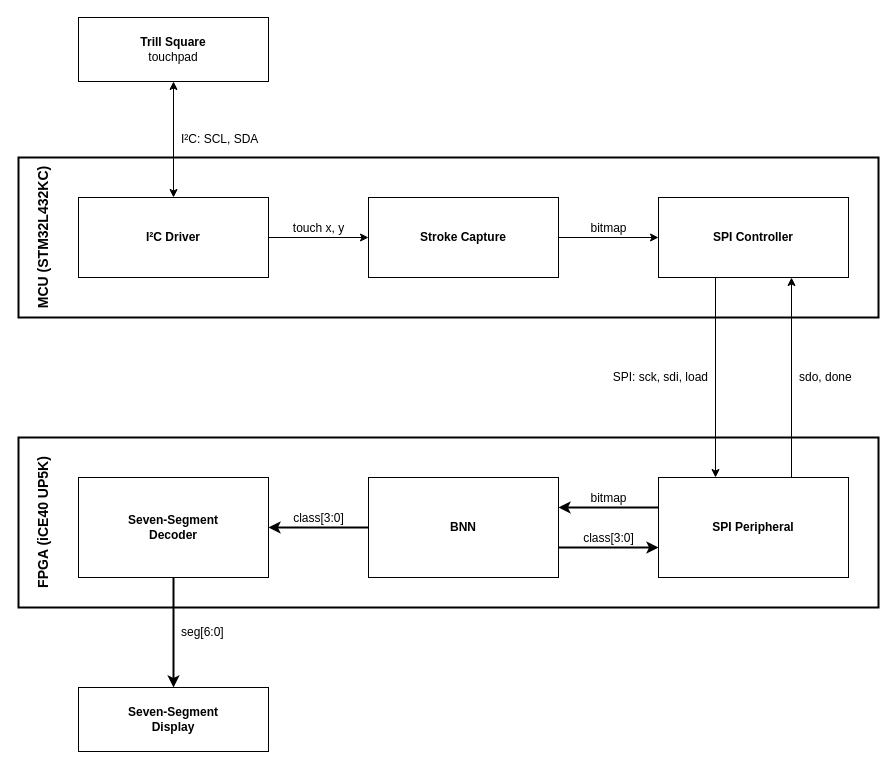
This is website/images/system_block.drawio from E155-Final-Project/final-project, a draw.io file, before an edit. Source tidied: cells renumbered, new cells numbered last; positions are measured from the earlier drawing's top-left corner, leaving out a move shared by most shapes. Both pictures are drawn from the tidied source at 100%, with x=0, y=0 at pixel (18, 17).
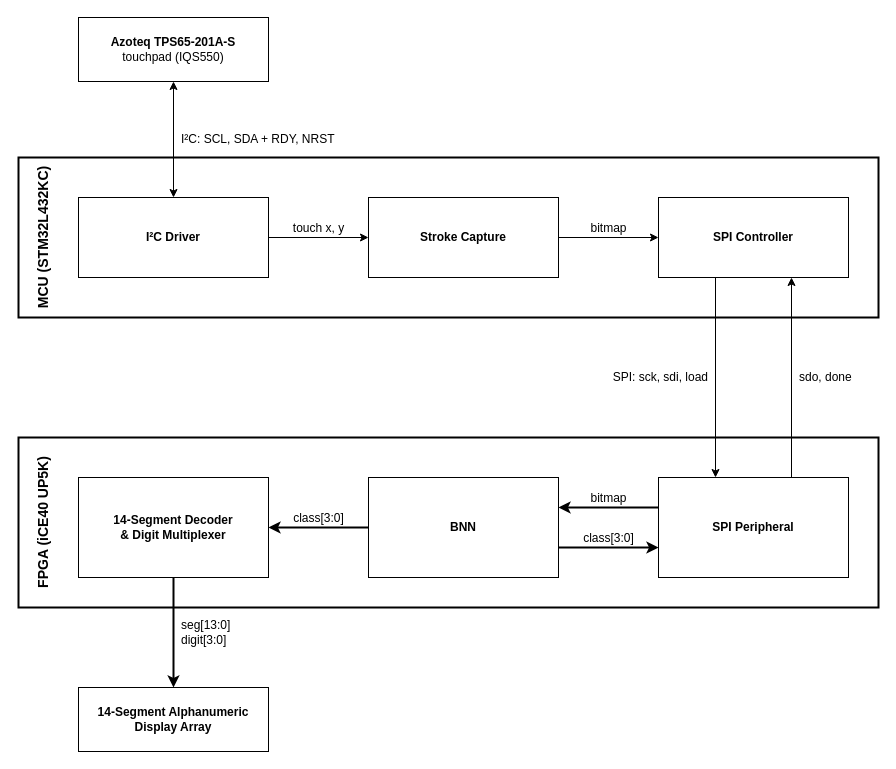
Above is the later version.

Unchanged cells that the change refers to:
```xml
<mxCell id="4" value="&lt;b&gt;I²C Driver&lt;/b&gt;" style="rounded=0;whiteSpace=wrap;html=1;fillColor=none;strokeColor=#000000;fontColor=#000000;fontFamily=Helvetica;fontSize=12;" parent="3" vertex="1">
  <mxGeometry x="60" y="40" width="190" height="80" as="geometry" />
</mxCell>
<mxCell id="7" value="FPGA (iCE40 UP5K)" style="rounded=0;whiteSpace=wrap;html=1;fillColor=none;strokeColor=#000000;strokeWidth=2;fontColor=#000000;fontFamily=Helvetica;fontSize=14;fontStyle=1;horizontal=0;verticalAlign=top;spacingTop=10;" parent="1" vertex="1">
  <mxGeometry y="420" width="860" height="170" as="geometry" />
</mxCell>
```

The edit, as a diff of the source:
```diff
@@
-    <mxCell id="2" value="&lt;b&gt;Trill Square&lt;/b&gt;&lt;br&gt;touchpad" style="rounded=0;whiteSpace=wrap;html=1;fillColor=none;strokeColor=#000000;fontColor=#000000;fontFamily=Helvetica;fontSize=12;" parent="1" vertex="1">
+    <mxCell id="2" value="&lt;b&gt;Azoteq TPS65-201A-S&lt;/b&gt;&lt;br&gt;touchpad (IQS550)" style="rounded=0;whiteSpace=wrap;html=1;fillColor=none;strokeColor=#000000;fontColor=#000000;fontFamily=Helvetica;fontSize=12;" parent="1" vertex="1">
       <mxGeometry x="60" width="190" height="64" as="geometry" />
     </mxCell>
@@
-    <mxCell id="10" value="&lt;b&gt;Seven-Segment&lt;/b&gt;&lt;br&gt;&lt;b&gt;Decoder&lt;/b&gt;" style="rounded=0;whiteSpace=wrap;html=1;fillColor=none;strokeColor=#000000;fontColor=#000000;fontFamily=Helvetica;fontSize=12;" parent="7" vertex="1">
+    <mxCell id="10" value="&lt;b&gt;14-Segment Decoder&lt;/b&gt;&lt;br&gt;&lt;b&gt;&amp;amp; Digit Multiplexer&lt;/b&gt;" style="rounded=0;whiteSpace=wrap;html=1;fillColor=none;strokeColor=#000000;fontColor=#000000;fontFamily=Helvetica;fontSize=12;" parent="7" vertex="1">
       <mxGeometry x="60" y="40" width="190" height="100" as="geometry" />
     </mxCell>
-    <mxCell id="11" value="&lt;b&gt;Seven-Segment&lt;/b&gt;&lt;br&gt;&lt;b&gt;Display&lt;/b&gt;" style="rounded=0;whiteSpace=wrap;html=1;fillColor=none;strokeColor=#000000;fontColor=#000000;fontFamily=Helvetica;fontSize=12;" parent="1" vertex="1">
+    <mxCell id="11" value="&lt;b&gt;14-Segment Alphanumeric&lt;/b&gt;&lt;br&gt;&lt;b&gt;Display Array&lt;/b&gt;" style="rounded=0;whiteSpace=wrap;html=1;fillColor=none;strokeColor=#000000;fontColor=#000000;fontFamily=Helvetica;fontSize=12;" parent="1" vertex="1">
       <mxGeometry x="60" y="670" width="190" height="64" as="geometry" />
     </mxCell>
-    <mxCell id="12" value="I²C: SCL, SDA" style="edgeStyle=orthogonalEdgeStyle;rounded=0;jettySize=auto;html=1;endArrow=classic;endFill=1;strokeColor=#000000;fontColor=#000000;fontSize=12;labelBackgroundColor=none;verticalAlign=middle;align=left;spacingLeft=6;startArrow=classic;startFill=1;exitX=0.5;exitY=1;exitDx=0;exitDy=0;entryX=0.5;entryY=0;entryDx=0;entryDy=0;" parent="1" edge="1" source="2" target="4">
+    <mxCell id="12" value="I²C: SCL, SDA + RDY, NRST" style="edgeStyle=orthogonalEdgeStyle;rounded=0;jettySize=auto;html=1;endArrow=classic;endFill=1;strokeColor=#000000;fontColor=#000000;fontSize=12;labelBackgroundColor=none;verticalAlign=middle;align=left;spacingLeft=6;startArrow=classic;startFill=1;exitX=0.5;exitY=1;exitDx=0;exitDy=0;entryX=0.5;entryY=0;entryDx=0;entryDy=0;" parent="1" edge="1" source="2" target="4">
       <mxGeometry relative="1" as="geometry" />
     </mxCell>
@@
-    <mxCell id="20" value="seg[6:0]" style="edgeStyle=orthogonalEdgeStyle;rounded=0;jettySize=auto;html=1;endArrow=classic;endFill=1;strokeColor=#000000;fontColor=#000000;fontSize=12;labelBackgroundColor=none;verticalAlign=middle;align=left;spacingLeft=6;strokeWidth=2;exitX=0.5;exitY=1;exitDx=0;exitDy=0;entryX=0.5;entryY=0;entryDx=0;entryDy=0;" parent="1" edge="1" source="10" target="11">
+    <mxCell id="20" value="seg[13:0]&lt;br&gt;digit[3:0]" style="edgeStyle=orthogonalEdgeStyle;rounded=0;jettySize=auto;html=1;endArrow=classic;endFill=1;strokeColor=#000000;fontColor=#000000;fontSize=12;labelBackgroundColor=none;verticalAlign=middle;align=left;spacingLeft=6;strokeWidth=2;exitX=0.5;exitY=1;exitDx=0;exitDy=0;entryX=0.5;entryY=0;entryDx=0;entryDy=0;" parent="1" edge="1" source="10" target="11">
       <mxGeometry relative="1" as="geometry" />
     </mxCell>
```
